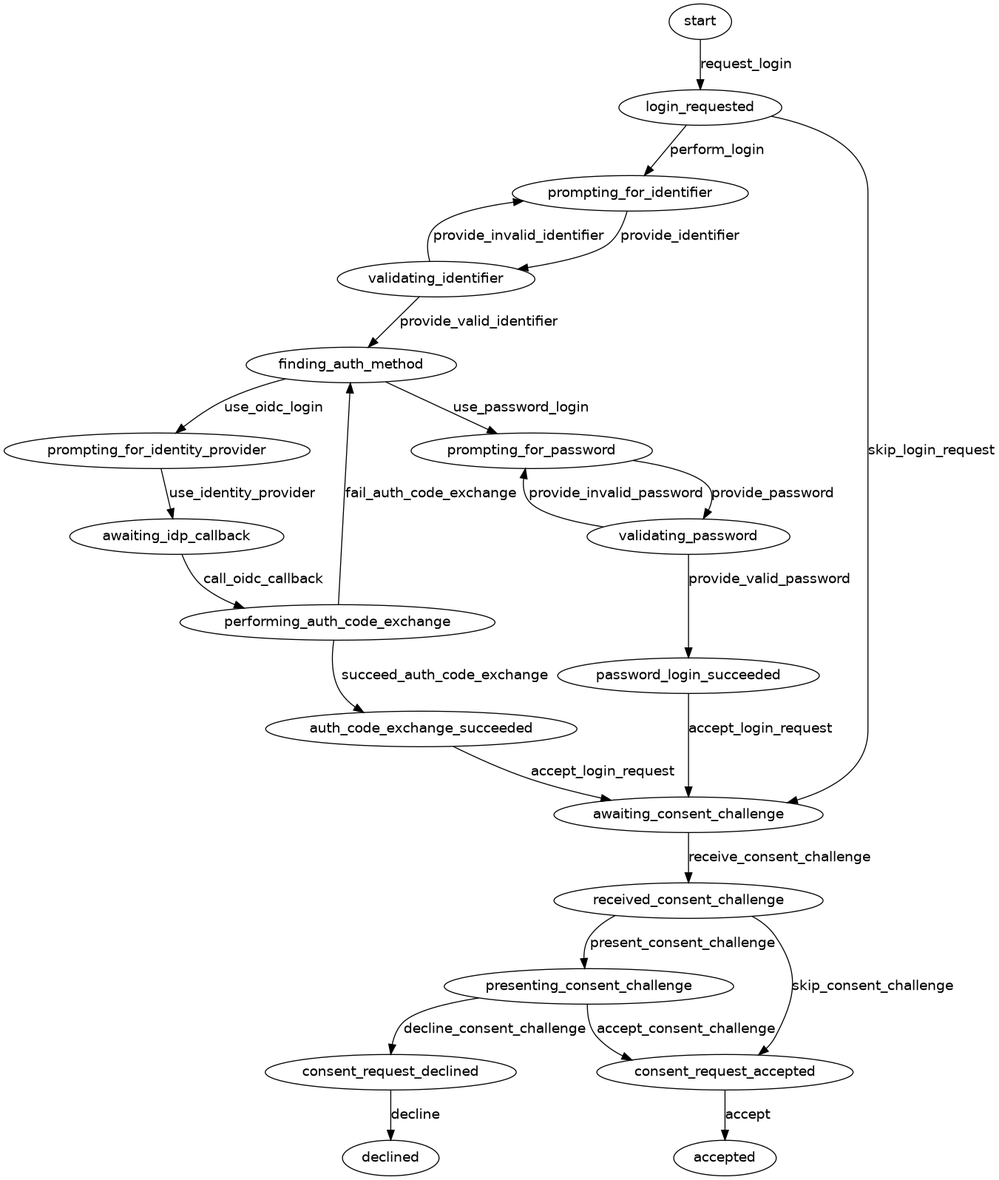
This is docs/images/login_state.png from NorwegianRefugeeCouncil/core-uganda-pilot, a Graphviz export, as it was before one commit. Its source is kept beside it as docs/images/login_state.dot. Source of this version:
```dot
digraph A {

start
login_requested
prompting_for_identifier
validating_identifier
finding_auth_method
prompting_for_password
validating_password
password_login_succeeded
prompting_for_identity_provider
awaiting_idp_callback
performing_auth_code_exchange
auth_code_exchange_succeeded
awaiting_consent_challenge
received_consent_challenge
presenting_consent_challenge
consent_request_accepted
consent_request_declined
accepted
declined

start -> login_requested [label = "request_login"]
login_requested -> awaiting_consent_challenge [label="skip_login_request"]
login_requested -> prompting_for_identifier [label="perform_login"]
prompting_for_identifier -> validating_identifier [label="provide_identifier"]
validating_identifier -> prompting_for_identifier [label="provide_invalid_identifier"]
validating_identifier -> finding_auth_method [label="provide_valid_identifier"]
finding_auth_method -> prompting_for_password [label="use_password_login"]
prompting_for_password -> validating_password [label="provide_password"]
validating_password -> prompting_for_password [label="provide_invalid_password"]
validating_password -> password_login_succeeded [label="provide_valid_password"]
password_login_succeeded -> awaiting_consent_challenge [label="accept_login_request"]

finding_auth_method -> prompting_for_identity_provider [label="use_oidc_login"]
prompting_for_identity_provider -> awaiting_idp_callback [label="use_identity_provider"]
awaiting_idp_callback -> performing_auth_code_exchange [label="call_oidc_callback"]
performing_auth_code_exchange -> finding_auth_method [label="fail_auth_code_exchange"]
performing_auth_code_exchange -> auth_code_exchange_succeeded [label="succeed_auth_code_exchange"]
auth_code_exchange_succeeded -> awaiting_consent_challenge [label="accept_login_request"]

awaiting_consent_challenge -> received_consent_challenge [label="receive_consent_challenge"]
received_consent_challenge -> presenting_consent_challenge [label="present_consent_challenge"]
received_consent_challenge -> consent_request_accepted [label="skip_consent_challenge"]
presenting_consent_challenge -> consent_request_declined [label="decline_consent_challenge"]
presenting_consent_challenge -> consent_request_accepted [label="accept_consent_challenge"]
consent_request_declined -> declined [label="decline"]
consent_request_accepted -> accepted [label="accept"]
}
```
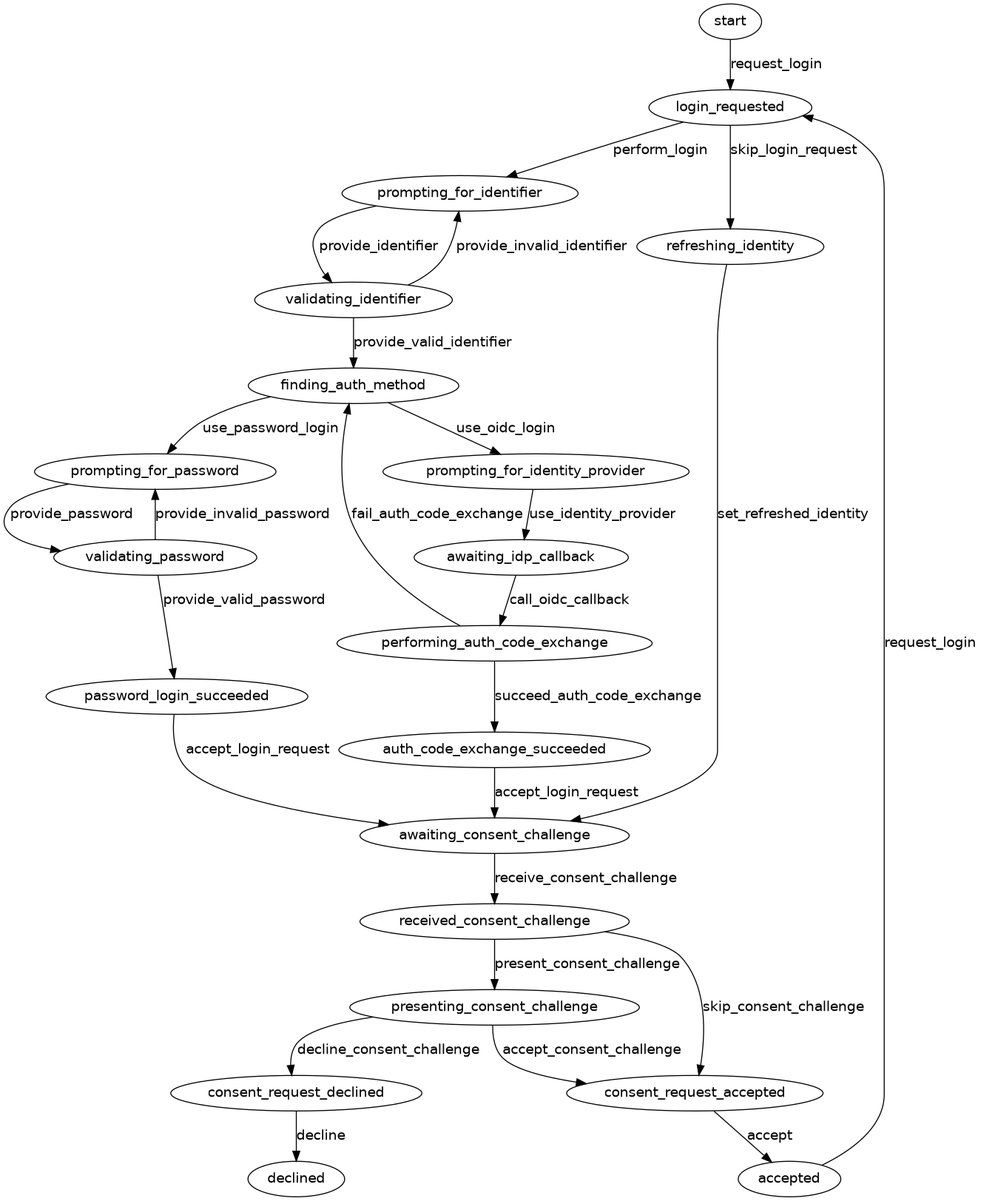
After the commit.

What changed in the source:
```diff
@@ -17,11 +17,13 @@
 presenting_consent_challenge
 consent_request_accepted
 consent_request_declined
+refreshing_identity
 accepted
 declined
 
 start -> login_requested [label = "request_login"]
-login_requested -> awaiting_consent_challenge [label="skip_login_request"]
+login_requested -> refreshing_identity [label="skip_login_request"]
+refreshing_identity -> awaiting_consent_challenge [label="set_refreshed_identity"]
 login_requested -> prompting_for_identifier [label="perform_login"]
 prompting_for_identifier -> validating_identifier [label="provide_identifier"]
 validating_identifier -> prompting_for_identifier [label="provide_invalid_identifier"]
@@ -46,4 +48,5 @@
 presenting_consent_challenge -> consent_request_accepted [label="accept_consent_challenge"]
 consent_request_declined -> declined [label="decline"]
 consent_request_accepted -> accepted [label="accept"]
+accepted -> login_requested [label="request_login"]
 }
```
